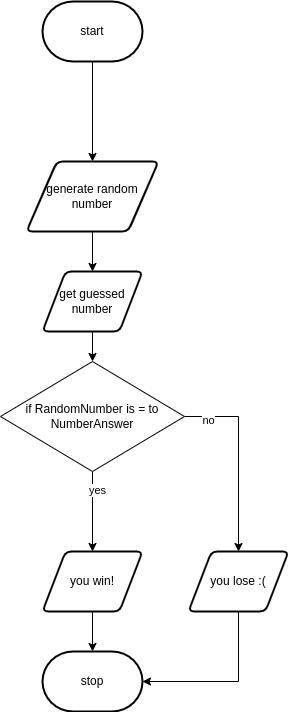
Above: flow.png in devin-jhu/ICS3U-Unit3-08-Python (draw.io), before the change. Source tidied: cells renumbered, new cells last; positions are measured from the earlier drawing's top-left corner, leaving out a move shared by most shapes.
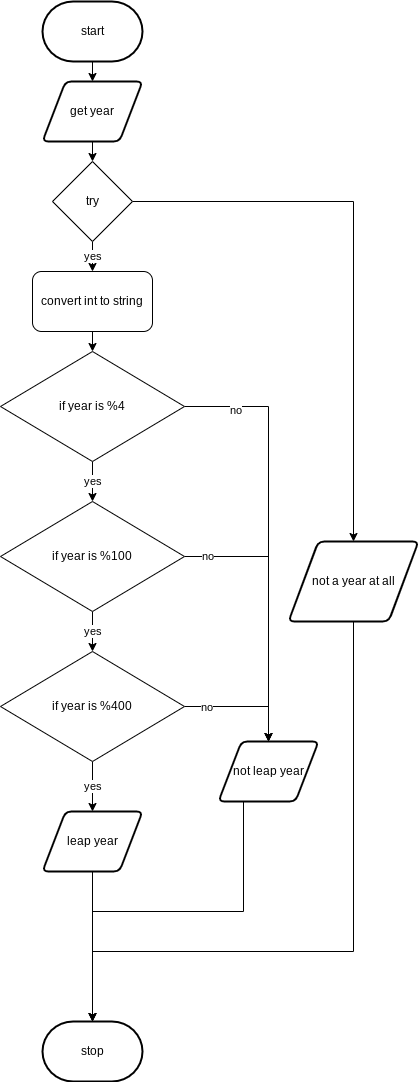
After the commit.

Change to the diagram source:
```diff
@@ -2,57 +2,94 @@
   <root>
     <mxCell id="0" />
     <mxCell id="1" parent="0" />
-    <mxCell id="2" style="edgeStyle=none;html=1;exitX=0.5;exitY=1;exitDx=0;exitDy=0;exitPerimeter=0;" parent="1" edge="1" source="3" target="17">
-      <mxGeometry relative="1" as="geometry" />
-    </mxCell>
+    <mxCell id="16" style="edgeStyle=none;html=1;exitX=0.5;exitY=1;exitDx=0;exitDy=0;exitPerimeter=0;" parent="1" edge="1" source="3" target="5">
+      <mxGeometry relative="1" as="geometry" />
+    </mxCell>
     <mxCell id="3" value="start" style="strokeWidth=2;html=1;shape=mxgraph.flowchart.terminator;whiteSpace=wrap;" parent="1" vertex="1">
-      <mxGeometry x="42" width="100" height="60" as="geometry" />
+      <mxGeometry x="42" y="-50" width="100" height="60" as="geometry" />
     </mxCell>
-    <mxCell id="4" style="edgeStyle=none;html=1;exitX=0.5;exitY=1;exitDx=0;exitDy=0;entryX=0.5;entryY=0;entryDx=0;entryDy=0;" parent="1" edge="1" source="5" target="15">
-      <mxGeometry relative="1" as="geometry" />
-    </mxCell>
+    <mxCell id="18" style="edgeStyle=none;html=1;exitX=0.5;exitY=1;exitDx=0;exitDy=0;" parent="1" edge="1" source="5" target="24">
+      <mxGeometry relative="1" as="geometry" />
+    </mxCell>
-    <mxCell id="5" value="get guessed number" style="shape=parallelogram;html=1;strokeWidth=2;perimeter=parallelogramPerimeter;whiteSpace=wrap;rounded=1;arcSize=12;size=0.23;" parent="1" vertex="1">
-      <mxGeometry x="42" y="270" width="100" height="60" as="geometry" />
+    <mxCell id="5" value="get year" style="shape=parallelogram;html=1;strokeWidth=2;perimeter=parallelogramPerimeter;whiteSpace=wrap;rounded=1;arcSize=12;size=0.23;" parent="1" vertex="1">
+      <mxGeometry x="42" y="30" width="100" height="60" as="geometry" />
     </mxCell>
-    <mxCell id="6" style="edgeStyle=none;html=1;exitX=0.5;exitY=1;exitDx=0;exitDy=0;entryX=0.5;entryY=0;entryDx=0;entryDy=0;" parent="1" edge="1" source="15" target="11">
-      <mxGeometry relative="1" as="geometry" />
-    </mxCell>
-    <mxCell id="7" value="yes" style="edgeLabel;html=1;align=center;verticalAlign=middle;" parent="6" vertex="1">
-      <mxGeometry x="-0.54" y="4" relative="1" as="geometry" />
-    </mxCell>
     <mxCell id="8" style="edgeStyle=orthogonalEdgeStyle;html=1;exitX=1;exitY=0.5;exitDx=0;exitDy=0;entryX=0.5;entryY=0;entryDx=0;entryDy=0;rounded=0;" parent="1" edge="1" source="15" target="14">
       <mxGeometry relative="1" as="geometry" />
     </mxCell>
     <mxCell id="9" value="no" style="edgeLabel;html=1;align=center;verticalAlign=middle;fontSize=11;fontFamily=Helvetica;fontColor=default;" parent="8" vertex="1">
       <mxGeometry x="-0.76" y="-3" relative="1" as="geometry" />
     </mxCell>
-    <mxCell id="10" style="edgeStyle=none;html=1;exitX=0.5;exitY=1;exitDx=0;exitDy=0;entryX=0.5;entryY=0;entryDx=0;entryDy=0;entryPerimeter=0;" parent="1" edge="1" source="11" target="12">
-      <mxGeometry relative="1" as="geometry" />
-    </mxCell>
-    <mxCell id="11" value="you win!" style="shape=parallelogram;html=1;strokeWidth=2;perimeter=parallelogramPerimeter;whiteSpace=wrap;rounded=1;arcSize=12;size=0.23;" parent="1" vertex="1">
-      <mxGeometry x="42" y="550" width="100" height="60" as="geometry" />
-    </mxCell>
     <mxCell id="12" value="stop" style="strokeWidth=2;html=1;shape=mxgraph.flowchart.terminator;whiteSpace=wrap;" parent="1" vertex="1">
-      <mxGeometry x="42" y="650" width="100" height="60" as="geometry" />
+      <mxGeometry x="42" y="970" width="100" height="60" as="geometry" />
     </mxCell>
-    <mxCell id="13" style="edgeStyle=orthogonalEdgeStyle;shape=connector;rounded=0;html=1;exitX=0.5;exitY=1;exitDx=0;exitDy=0;entryX=1;entryY=0.5;entryDx=0;entryDy=0;entryPerimeter=0;labelBackgroundColor=default;fontFamily=Helvetica;fontSize=11;fontColor=default;endArrow=classic;strokeColor=default;" parent="1" edge="1" source="14" target="12">
-      <mxGeometry relative="1" as="geometry">
-        <Array as="points">
-          <mxPoint x="238" y="680" />
-        </Array>
-      </mxGeometry>
+    <mxCell id="13" style="edgeStyle=orthogonalEdgeStyle;rounded=0;html=1;exitX=0.25;exitY=1;exitDx=0;exitDy=0;" parent="1" edge="1" source="14" target="12">
+      <mxGeometry relative="1" as="geometry" />
     </mxCell>
-    <mxCell id="14" value="you lose :(" style="shape=parallelogram;html=1;strokeWidth=2;perimeter=parallelogramPerimeter;whiteSpace=wrap;rounded=1;arcSize=12;size=0.23;" parent="1" vertex="1">
-      <mxGeometry x="188" y="550" width="100" height="60" as="geometry" />
+    <mxCell id="14" value="not leap year" style="shape=parallelogram;html=1;strokeWidth=2;perimeter=parallelogramPerimeter;whiteSpace=wrap;rounded=1;arcSize=12;size=0.23;" parent="1" vertex="1">
+      <mxGeometry x="218" y="690" width="100" height="60" as="geometry" />
     </mxCell>
+    <mxCell id="19" value="yes" style="edgeStyle=none;html=1;exitX=0.5;exitY=1;exitDx=0;exitDy=0;" parent="1" edge="1" source="15" target="28">
+      <mxGeometry relative="1" as="geometry" />
+    </mxCell>
-    <mxCell id="15" value="&lt;span&gt;if RandomNumber is = to NumberAnswer&lt;/span&gt;" style="rhombus;whiteSpace=wrap;html=1;" parent="1" vertex="1">
-      <mxGeometry y="360" width="184" height="110" as="geometry" />
+    <mxCell id="15" value="if year is %4" style="rhombus;whiteSpace=wrap;html=1;" parent="1" vertex="1">
+      <mxGeometry y="300" width="184" height="110" as="geometry" />
     </mxCell>
-    <mxCell id="16" style="edgeStyle=none;html=1;exitX=0.5;exitY=1;exitDx=0;exitDy=0;entryX=0.5;entryY=0;entryDx=0;entryDy=0;" parent="1" edge="1" source="17" target="5">
-      <mxGeometry relative="1" as="geometry" />
-    </mxCell>
-    <mxCell id="17" value="generate random number" style="shape=parallelogram;html=1;strokeWidth=2;perimeter=parallelogramPerimeter;whiteSpace=wrap;rounded=1;arcSize=12;size=0.23;" parent="1" vertex="1">
-      <mxGeometry x="26" y="160" width="132" height="70" as="geometry" />
-    </mxCell>
+    <mxCell id="20" style="edgeStyle=none;html=1;exitX=0.5;exitY=1;exitDx=0;exitDy=0;entryX=0.5;entryY=0;entryDx=0;entryDy=0;" parent="1" edge="1" source="21" target="15">
+      <mxGeometry relative="1" as="geometry" />
+    </mxCell>
+    <mxCell id="21" value="convert int to string" style="rounded=1;whiteSpace=wrap;html=1;" parent="1" vertex="1">
+      <mxGeometry x="32" y="220" width="120" height="60" as="geometry" />
+    </mxCell>
+    <mxCell id="22" value="yes" style="edgeStyle=none;html=1;exitX=0.5;exitY=1;exitDx=0;exitDy=0;" parent="1" edge="1" source="24" target="21">
+      <mxGeometry relative="1" as="geometry" />
+    </mxCell>
+    <mxCell id="23" style="edgeStyle=orthogonalEdgeStyle;rounded=0;html=1;exitX=1;exitY=0.5;exitDx=0;exitDy=0;entryX=0.5;entryY=0;entryDx=0;entryDy=0;" parent="1" edge="1" source="24" target="36">
+      <mxGeometry relative="1" as="geometry" />
+    </mxCell>
+    <mxCell id="24" value="try" style="rhombus;whiteSpace=wrap;html=1;" parent="1" vertex="1">
+      <mxGeometry x="52" y="110" width="80" height="80" as="geometry" />
+    </mxCell>
+    <mxCell id="25" value="yes" style="edgeStyle=none;html=1;exitX=0.5;exitY=1;exitDx=0;exitDy=0;" parent="1" edge="1" source="28" target="32">
+      <mxGeometry relative="1" as="geometry" />
+    </mxCell>
+    <mxCell id="26" style="edgeStyle=orthogonalEdgeStyle;html=1;exitX=1;exitY=0.5;exitDx=0;exitDy=0;entryX=0.5;entryY=0;entryDx=0;entryDy=0;rounded=0;" parent="1" edge="1" source="28" target="14">
+      <mxGeometry relative="1" as="geometry" />
+    </mxCell>
+    <mxCell id="27" value="no" style="edgeLabel;html=1;align=center;verticalAlign=middle;" parent="26" vertex="1">
+      <mxGeometry x="-0.84" y="1" relative="1" as="geometry" />
+    </mxCell>
+    <mxCell id="28" value="if year is %100" style="rhombus;whiteSpace=wrap;html=1;" parent="1" vertex="1">
+      <mxGeometry y="450" width="184" height="110" as="geometry" />
+    </mxCell>
+    <mxCell id="29" style="edgeStyle=orthogonalEdgeStyle;rounded=0;html=1;exitX=1;exitY=0.5;exitDx=0;exitDy=0;entryX=0.5;entryY=0;entryDx=0;entryDy=0;" parent="1" edge="1" source="32" target="14">
+      <mxGeometry relative="1" as="geometry" />
+    </mxCell>
+    <mxCell id="30" value="no" style="edgeLabel;html=1;align=center;verticalAlign=middle;" parent="29" vertex="1">
+      <mxGeometry x="-0.65" relative="1" as="geometry" />
+    </mxCell>
+    <mxCell id="31" value="yes" style="edgeStyle=orthogonalEdgeStyle;rounded=0;html=1;exitX=0.5;exitY=1;exitDx=0;exitDy=0;" parent="1" edge="1" source="32" target="34">
+      <mxGeometry relative="1" as="geometry" />
+    </mxCell>
+    <mxCell id="32" value="if year is %400" style="rhombus;whiteSpace=wrap;html=1;" parent="1" vertex="1">
+      <mxGeometry y="600" width="184" height="110" as="geometry" />
+    </mxCell>
+    <mxCell id="33" style="edgeStyle=orthogonalEdgeStyle;rounded=0;html=1;exitX=0.5;exitY=1;exitDx=0;exitDy=0;" parent="1" edge="1" source="34" target="12">
+      <mxGeometry relative="1" as="geometry" />
+    </mxCell>
+    <mxCell id="34" value="leap year" style="shape=parallelogram;html=1;strokeWidth=2;perimeter=parallelogramPerimeter;whiteSpace=wrap;rounded=1;arcSize=12;size=0.23;" parent="1" vertex="1">
+      <mxGeometry x="42" y="760" width="100" height="60" as="geometry" />
+    </mxCell>
+    <mxCell id="35" style="edgeStyle=orthogonalEdgeStyle;rounded=0;html=1;exitX=0.5;exitY=1;exitDx=0;exitDy=0;entryX=0.5;entryY=0;entryDx=0;entryDy=0;entryPerimeter=0;" parent="1" edge="1" source="36" target="12">
+      <mxGeometry relative="1" as="geometry">
+        <Array as="points">
+          <mxPoint x="353" y="900" />
+          <mxPoint x="92" y="900" />
+        </Array>
+      </mxGeometry>
+    </mxCell>
+    <mxCell id="36" value="not a year at all" style="shape=parallelogram;html=1;strokeWidth=2;perimeter=parallelogramPerimeter;whiteSpace=wrap;rounded=1;arcSize=12;size=0.23;" parent="1" vertex="1">
+      <mxGeometry x="288" y="490" width="130" height="80" as="geometry" />
+    </mxCell>
   </root>
 </mxGraphModel>
```
